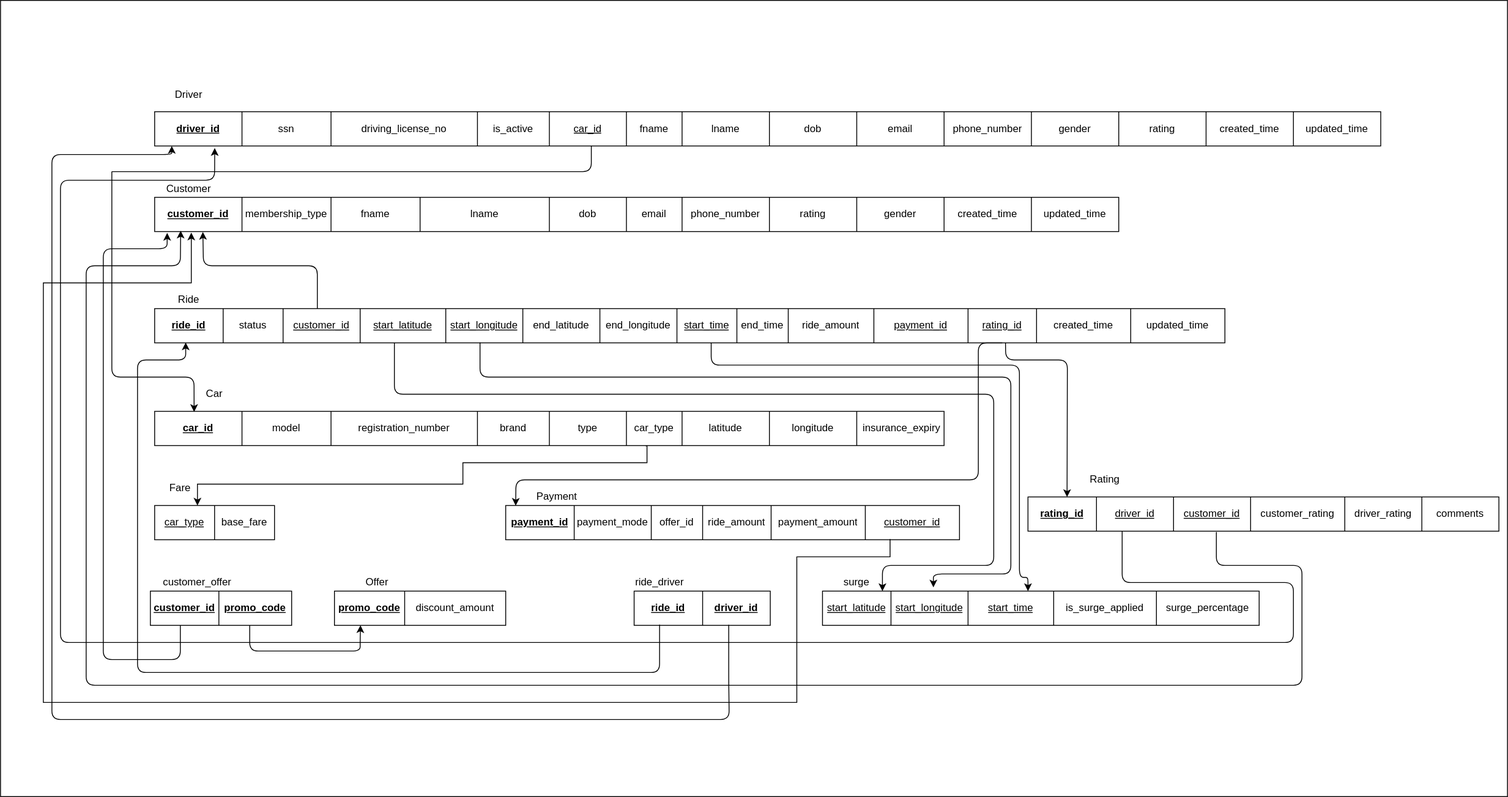
The draw.io diagram ER Schema.svg in NandhiniPeriyasamy13/Uber-backend-database-design, before a commit. Source tidied: cells renumbered, new cells last; positions are measured from the earlier drawing's top-left corner, leaving out a move shared by most shapes.
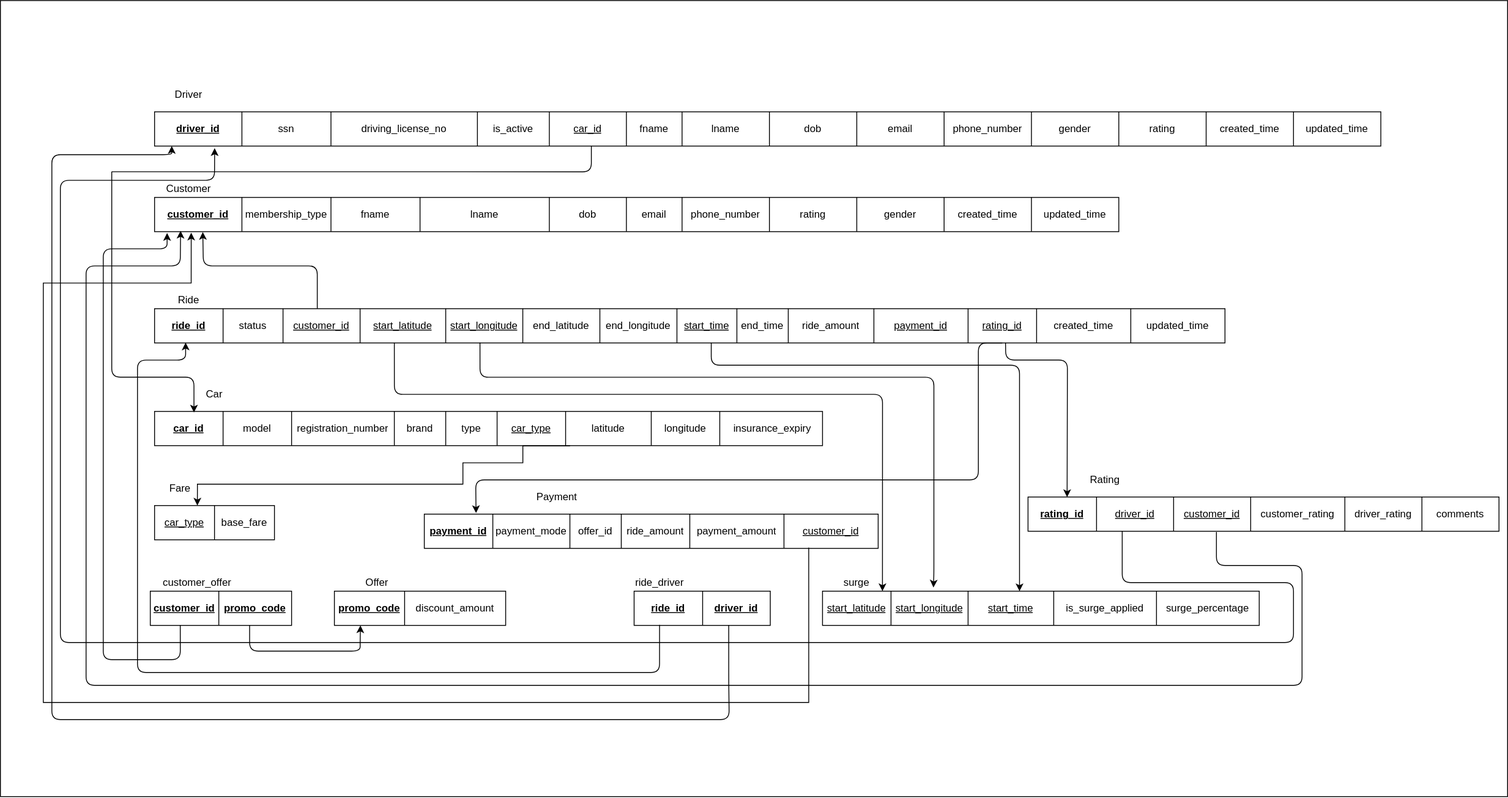
Above is the later version.

The edit, as a diff of the source:
```diff
@@ -141,37 +141,37 @@
       <mxGeometry x="1140" width="110" height="40" as="geometry" />
     </mxCell>
     <mxCell id="48" style="shape=table;html=1;whiteSpace=wrap;startSize=0;fontSize=12;" parent="1" vertex="1">
-      <mxGeometry x="180" y="480" width="922" height="40" as="geometry" />
+      <mxGeometry x="180" y="480" width="780" height="40" as="geometry" />
     </mxCell>
     <mxCell id="49" style="shape=partialRectangle;html=1;whiteSpace=wrap;fillColor=none;top=0;left=0;bottom=0;right=0;points=[[0,0.5],[1,0.5]];portConstraint=eastwest;fontSize=12;" parent="48" vertex="1">
-      <mxGeometry width="922" height="40" as="geometry" />
+      <mxGeometry width="780" height="40" as="geometry" />
     </mxCell>
     <mxCell id="50" value="&lt;u style=&quot;font-size: 12px;&quot;&gt;&lt;b style=&quot;font-size: 12px;&quot;&gt;car_id&lt;/b&gt;&lt;/u&gt;" style="shape=partialRectangle;html=1;whiteSpace=wrap;fillColor=none;top=0;left=0;bottom=0;right=0;overflow=hidden;fontSize=12;" parent="49" vertex="1">
-      <mxGeometry width="102" height="40" as="geometry" />
+      <mxGeometry width="80" height="40" as="geometry" />
     </mxCell>
     <mxCell id="51" value="model" style="shape=partialRectangle;html=1;whiteSpace=wrap;fillColor=none;top=0;left=0;bottom=0;right=0;overflow=hidden;fontSize=12;" parent="49" vertex="1">
-      <mxGeometry x="102" width="104" height="40" as="geometry" />
+      <mxGeometry x="80" width="80" height="40" as="geometry" />
     </mxCell>
     <mxCell id="52" value="registration_number" style="shape=partialRectangle;html=1;whiteSpace=wrap;fillColor=none;top=0;left=0;bottom=0;right=0;overflow=hidden;fontSize=12;" parent="49" vertex="1">
-      <mxGeometry x="206" width="171" height="40" as="geometry" />
+      <mxGeometry x="160" width="120" height="40" as="geometry" />
     </mxCell>
     <mxCell id="53" value="brand" style="shape=partialRectangle;html=1;whiteSpace=wrap;fillColor=none;top=0;left=0;bottom=0;right=0;overflow=hidden;fontSize=12;" parent="49" vertex="1">
-      <mxGeometry x="377" width="84" height="40" as="geometry" />
+      <mxGeometry x="280" width="60" height="40" as="geometry" />
     </mxCell>
     <mxCell id="54" value="type" style="shape=partialRectangle;html=1;whiteSpace=wrap;fillColor=none;top=0;left=0;bottom=0;right=0;overflow=hidden;fontSize=12;" parent="49" vertex="1">
-      <mxGeometry x="461" width="90" height="40" as="geometry" />
+      <mxGeometry x="340" width="60" height="40" as="geometry" />
     </mxCell>
-    <mxCell id="55" value="car_type" style="shape=partialRectangle;html=1;whiteSpace=wrap;fillColor=none;top=0;left=0;bottom=0;right=0;overflow=hidden;fontSize=12;" parent="49" vertex="1">
-      <mxGeometry x="551" width="65" height="40" as="geometry" />
+    <mxCell id="55" value="&lt;u&gt;car_type&lt;/u&gt;" style="shape=partialRectangle;html=1;whiteSpace=wrap;fillColor=none;top=0;left=0;bottom=0;right=0;overflow=hidden;fontSize=12;" parent="49" vertex="1">
+      <mxGeometry x="400" width="80" height="40" as="geometry" />
     </mxCell>
     <mxCell id="56" value="latitude" style="shape=partialRectangle;html=1;whiteSpace=wrap;fillColor=none;top=0;left=0;bottom=0;right=0;overflow=hidden;fontSize=12;" parent="49" vertex="1">
-      <mxGeometry x="616" width="102" height="40" as="geometry" />
+      <mxGeometry x="480" width="100" height="40" as="geometry" />
     </mxCell>
     <mxCell id="57" value="longitude" style="shape=partialRectangle;html=1;whiteSpace=wrap;fillColor=none;top=0;left=0;bottom=0;right=0;overflow=hidden;fontSize=12;" parent="49" vertex="1">
-      <mxGeometry x="718" width="102" height="40" as="geometry" />
+      <mxGeometry x="580" width="80" height="40" as="geometry" />
     </mxCell>
     <mxCell id="58" value="&lt;span style=&quot;font-size: 12px&quot;&gt;&amp;nbsp;insurance_expiry&lt;/span&gt;" style="shape=partialRectangle;html=1;whiteSpace=wrap;fillColor=none;top=0;left=0;bottom=0;right=0;overflow=hidden;fontSize=12;" parent="49" vertex="1">
-      <mxGeometry x="820" width="102" height="40" as="geometry" />
+      <mxGeometry x="660" width="120" height="40" as="geometry" />
     </mxCell>
     <mxCell id="59" style="shape=table;html=1;whiteSpace=wrap;startSize=0;fontSize=12;" parent="1" vertex="1">
       <mxGeometry x="180" y="590" width="140" height="40" as="geometry" />
@@ -198,7 +198,7 @@
       <mxGeometry x="82" width="118" height="40" as="geometry" />
     </mxCell>
     <mxCell id="67" style="shape=table;html=1;whiteSpace=wrap;startSize=0;fontSize=12;" parent="1" vertex="1">
-      <mxGeometry x="590" y="590" width="530" height="40" as="geometry" />
+      <mxGeometry x="495" y="600" width="530" height="40" as="geometry" />
     </mxCell>
     <mxCell id="68" style="shape=partialRectangle;html=1;whiteSpace=wrap;fillColor=none;top=0;left=0;bottom=0;right=0;points=[[0,0.5],[1,0.5]];portConstraint=eastwest;fontSize=12;" parent="67" vertex="1">
       <mxGeometry width="530" height="40" as="geometry" />
@@ -245,7 +245,7 @@
     <mxCell id="82" value="comments" style="shape=partialRectangle;html=1;whiteSpace=wrap;fillColor=none;top=0;left=0;bottom=0;right=0;overflow=hidden;fontSize=12;" parent="76" vertex="1">
       <mxGeometry x="460" width="90" height="40" as="geometry" />
     </mxCell>
-    <mxCell id="83" style="endArrow=classic;html=1;entryX=0.05;entryY=0.018;entryDx=0;entryDy=0;entryPerimeter=0;fontSize=12;" parent="1" edge="1" target="49">
+    <mxCell id="83" style="endArrow=classic;html=1;entryX=0.059;entryY=0.032;entryDx=0;entryDy=0;entryPerimeter=0;fontSize=12;" parent="1" edge="1" target="49">
       <mxGeometry relative="1" as="geometry">
         <mxPoint x="130" y="200" as="sourcePoint" />
         <Array as="points">
@@ -301,7 +301,7 @@
         </Array>
       </mxGeometry>
     </mxCell>
-    <mxCell id="88" style="endArrow=classic;html=1;entryX=0.022;entryY=0.006;entryDx=0;entryDy=0;entryPerimeter=0;fontSize=12;" parent="1" edge="1" target="68">
+    <mxCell id="88" style="endArrow=classic;html=1;entryX=0.114;entryY=-0.03;entryDx=0;entryDy=0;entryPerimeter=0;fontSize=12;" parent="1" edge="1" target="68">
       <mxGeometry relative="1" as="geometry">
         <mxPoint x="1170" y="400" as="sourcePoint" />
         <Array as="points">
@@ -309,7 +309,7 @@
           <mxPoint x="1142" y="420" />
           <mxPoint x="1142" y="560" />
           <mxPoint x="870" y="560" />
-          <mxPoint x="602" y="560" />
+          <mxPoint x="555" y="560" />
         </Array>
       </mxGeometry>
     </mxCell>
@@ -376,9 +376,7 @@
     <mxCell id="104" style="endArrow=classic;html=1;rounded=0;edgeStyle=orthogonalEdgeStyle;exitX=0.847;exitY=0.979;exitDx=0;exitDy=0;exitPerimeter=0;entryX=0.038;entryY=1.031;entryDx=0;entryDy=0;entryPerimeter=0;fontSize=12;" parent="1" edge="1" source="68" target="20">
       <mxGeometry relative="1" as="geometry">
         <Array as="points">
-          <mxPoint x="1039" y="650" />
-          <mxPoint x="930" y="650" />
-          <mxPoint x="930" y="820" />
+          <mxPoint x="944" y="820" />
           <mxPoint x="50" y="820" />
           <mxPoint x="50" y="330" />
           <mxPoint x="223" y="330" />
@@ -388,8 +386,8 @@
     <mxCell id="105" style="endArrow=classic;html=1;rounded=0;edgeStyle=orthogonalEdgeStyle;fontSize=12;entryX=0.357;entryY=0;entryDx=0;entryDy=0;entryPerimeter=0;exitX=0.622;exitY=1.004;exitDx=0;exitDy=0;exitPerimeter=0;" parent="1" edge="1" source="49" target="60">
       <mxGeometry relative="1" as="geometry">
         <Array as="points">
-          <mxPoint x="755" y="520" />
-          <mxPoint x="755" y="540" />
+          <mxPoint x="610" y="520" />
+          <mxPoint x="610" y="540" />
           <mxPoint x="540" y="540" />
           <mxPoint x="540" y="565" />
           <mxPoint x="230" y="565" />
@@ -447,11 +445,8 @@
       <mxGeometry relative="1" as="geometry">
         <mxPoint x="460" y="400" as="sourcePoint" />
         <Array as="points">
-          <mxPoint x="460" y="400" />
           <mxPoint x="460" y="460" />
-          <mxPoint x="1160" y="460" />
-          <mxPoint x="1160" y="660" />
-          <mxPoint x="1030" y="660" />
+          <mxPoint x="1030" y="460" />
         </Array>
       </mxGeometry>
     </mxCell>
@@ -459,20 +454,19 @@
       <mxGeometry relative="1" as="geometry">
         <Array as="points">
           <mxPoint x="560" y="440" />
-          <mxPoint x="1180" y="440" />
-          <mxPoint x="1180" y="670" />
+          <mxPoint x="1090" y="440" />
+          <mxPoint x="1090" y="670" />
           <mxPoint x="1090" y="670" />
         </Array>
       </mxGeometry>
     </mxCell>
-    <mxCell id="122" style="endArrow=classic;html=1;edgeStyle=orthogonalEdgeStyle;entryX=0.254;entryY=-0.108;entryDx=0;entryDy=0;entryPerimeter=0;" parent="1" edge="1" source="33">
+    <mxCell id="122" style="endArrow=classic;html=1;edgeStyle=orthogonalEdgeStyle;" parent="1" edge="1" source="33">
       <mxGeometry relative="1" as="geometry">
-        <mxPoint x="1200" y="690" as="targetPoint" />
+        <mxPoint x="1190" y="690" as="targetPoint" />
         <Array as="points">
           <mxPoint x="830" y="426" />
           <mxPoint x="1190" y="426" />
-          <mxPoint x="1190" y="674" />
-          <mxPoint x="1200" y="674" />
+          <mxPoint x="1190" y="690" />
         </Array>
       </mxGeometry>
     </mxCell>
```
